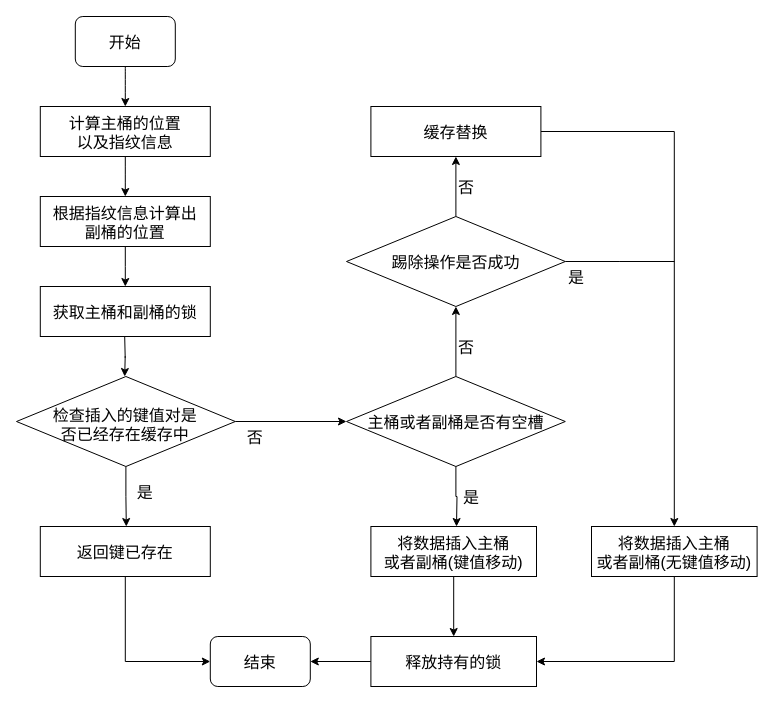
The draw.io diagram page "插入操作流程图" (14 of 18) of 毕业论文.drawio in HustDsy/Picture, before the edit. Source tidied: cells renumbered, new cells numbered last; positions are measured from the earlier drawing's top-left corner, leaving out a move shared by most shapes. Both pictures are drawn from the tidied source at 100%, with x=0, y=0 at pixel (16, 16).
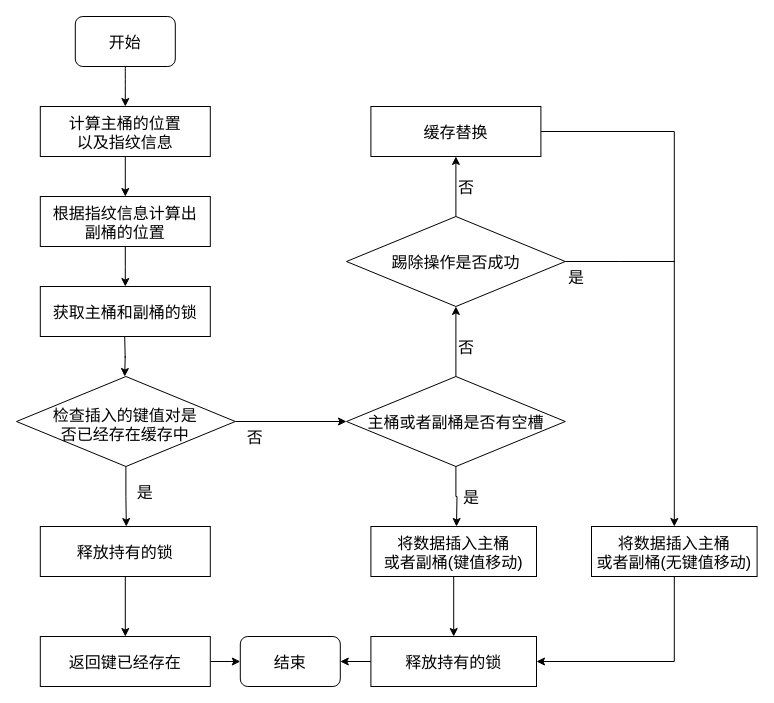
The same diagram, later.

The edit, as a diff of the source:
```diff
@@
-    <mxCell id="16" style="edgeStyle=orthogonalEdgeStyle;rounded=0;jettySize=auto;exitX=0.5;exitY=1;exitDx=0;exitDy=0;entryX=0;entryY=0.5;entryDx=0;entryDy=0;fontFamily=简宋;fontSize=16;fontColor=default;endArrow=classic;endFill=1;strokeWidth=1;" parent="1" edge="1" source="17" target="31">
-      <mxGeometry relative="1" as="geometry" />
-    </mxCell>
+    <mxCell id="37" style="edgeStyle=none;jettySize=auto;html=0;exitX=0.5;exitY=1;exitDx=0;exitDy=0;entryX=0.5;entryY=0;entryDx=0;entryDy=0;fontFamily=Times New Roman;fontSize=14;elbow=vertical;" parent="1" edge="1" source="17" target="39">
+      <mxGeometry relative="1" as="geometry" />
+    </mxCell>
-    <mxCell id="17" value="返回键已存在" style="rounded=0;comic=0;fontFamily=简宋;fontSize=16;fontColor=default;strokeColor=#000000;strokeWidth=1;fillColor=#FFFFFF;" parent="1" vertex="1">
+    <mxCell id="17" value="释放持有的锁" style="rounded=0;comic=0;fontFamily=简宋;fontSize=16;fontColor=default;strokeColor=#000000;strokeWidth=1;fillColor=#FFFFFF;" parent="1" vertex="1">
       <mxGeometry x="23.8" y="510" width="170" height="50" as="geometry" />
     </mxCell>
@@
     <mxCell id="31" value="结束" style="rounded=1;comic=0;fontFamily=简宋;fontSize=16;strokeWidth=1;" parent="1" vertex="1">
-      <mxGeometry x="193.8" y="620" width="100" height="50" as="geometry" />
+      <mxGeometry x="223.8" y="620" width="100" height="50" as="geometry" />
     </mxCell>
@@
+    <mxCell id="38" style="edgeStyle=none;jettySize=auto;html=0;exitX=1;exitY=0.5;exitDx=0;exitDy=0;entryX=0;entryY=0.5;entryDx=0;entryDy=0;fontFamily=Times New Roman;fontSize=14;elbow=vertical;" parent="1" edge="1" source="39" target="31">
+      <mxGeometry relative="1" as="geometry" />
+    </mxCell>
+    <mxCell id="39" value="返回键已经存在" style="rounded=0;comic=0;fontFamily=简宋;fontSize=16;fontColor=default;strokeColor=#000000;strokeWidth=1;fillColor=#FFFFFF;" parent="1" vertex="1">
+      <mxGeometry x="23.8" y="620" width="170" height="50" as="geometry" />
+    </mxCell>
```
